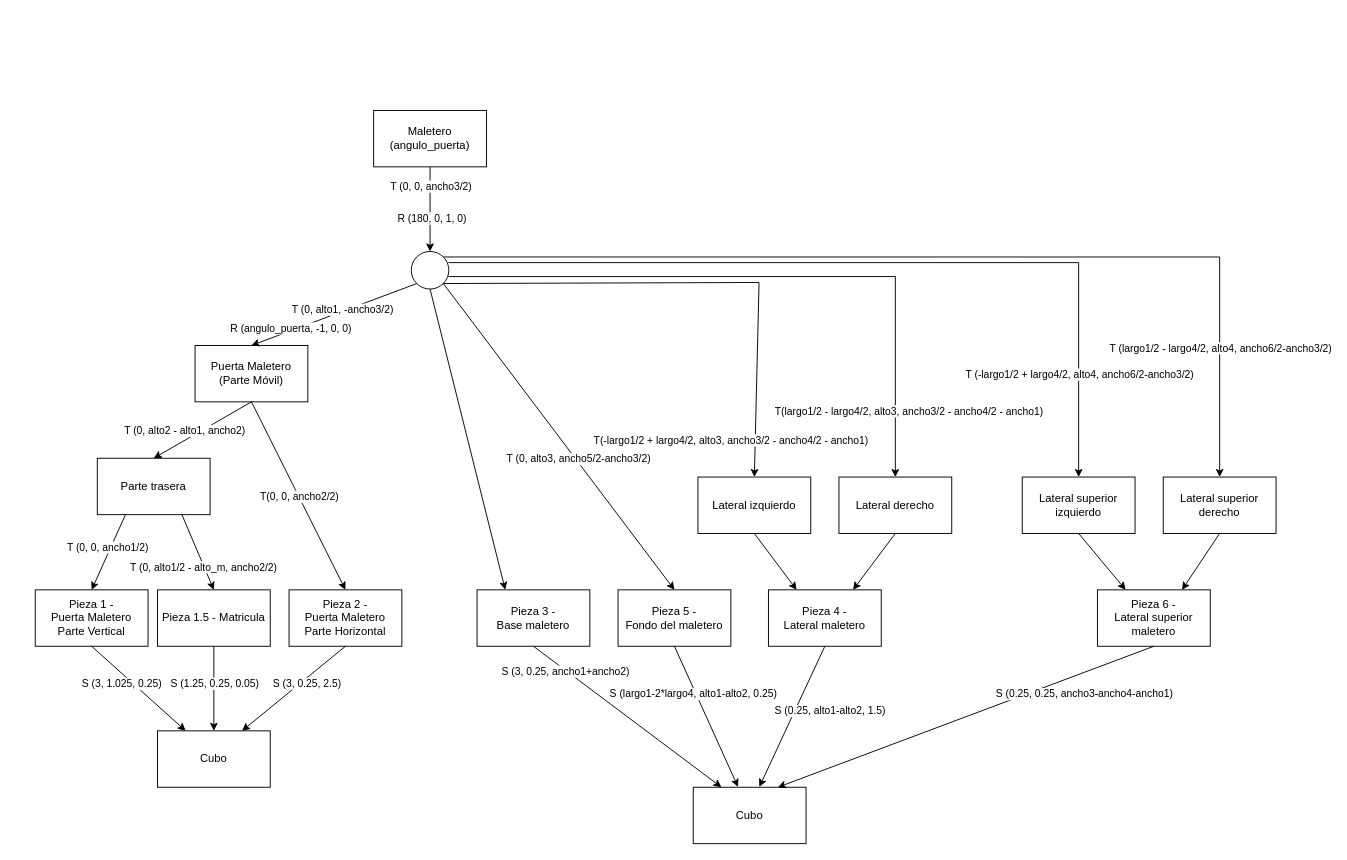
jorgelerre/descapotable keeps this draw.io diagram as page "Maletero" (13 of 20) of grafo_escena.drawio. Above is the earlier version. Source tidied: cells renumbered, new cells numbered last; positions are measured from the earlier drawing's top-left corner, leaving out a move shared by most shapes. Both pictures are drawn from the tidied source at 94%, with x=0, y=0 at pixel (35, 110).
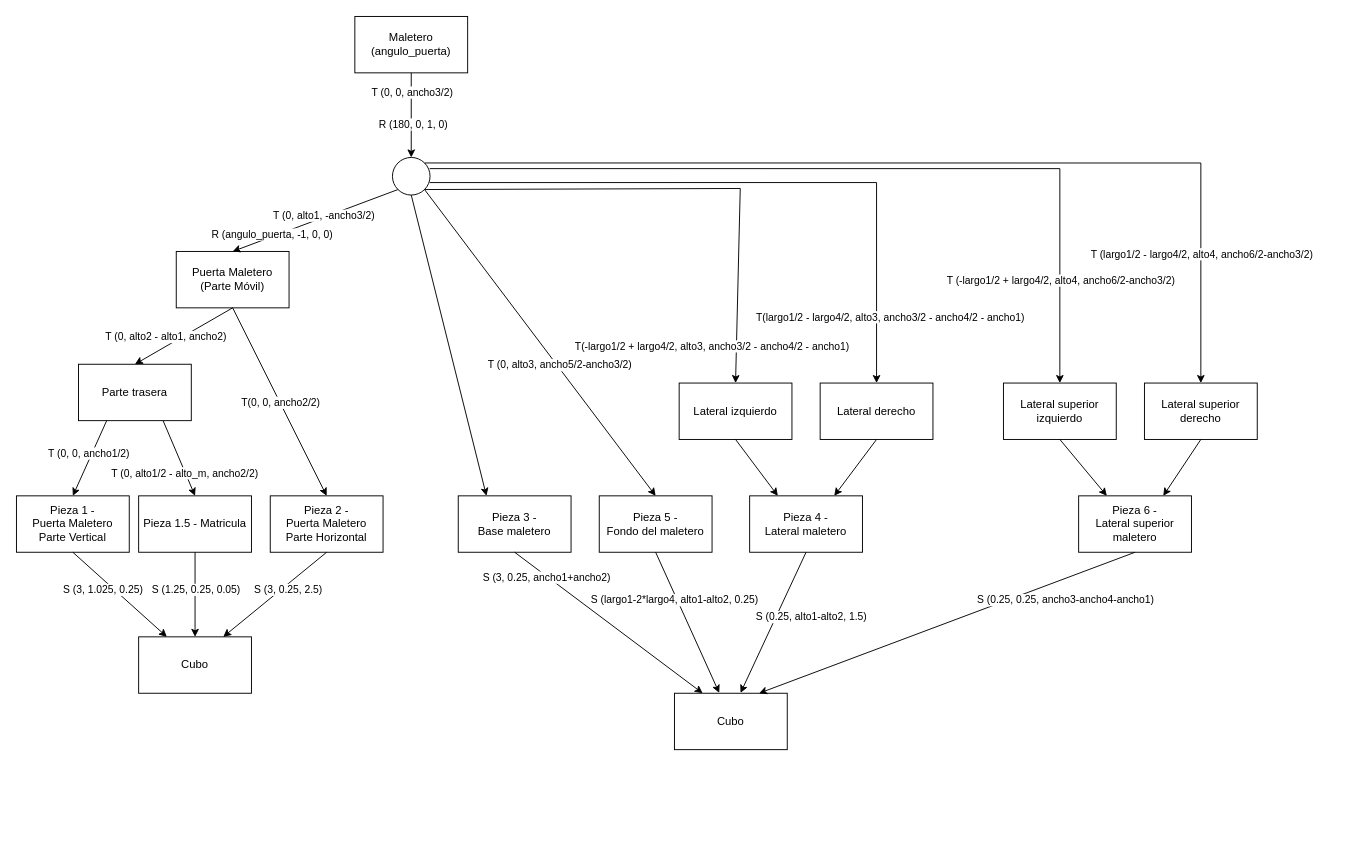
After the change.

The edit, as a diff of the source:
```diff
@@
+    <mxCell id="62" style="group;" parent="1" vertex="1">
+      <mxGeometry x="-20" y="-100" width="1320" height="780" as="geometry" />
+    </mxCell>
-    <mxCell id="2" value="Maletero (angulo_puerta)" style="rounded=0;whiteSpace=wrap;html=1;strokeColor=default;fillColor=default;" parent="1" vertex="1">
+    <mxCell id="2" value="Maletero (angulo_puerta)" style="rounded=0;whiteSpace=wrap;html=1;strokeColor=default;fillColor=default;" parent="62" vertex="1">
       <mxGeometry x="360" width="120" height="60" as="geometry" />
     </mxCell>
-    <mxCell id="3" value="Pieza 1 -&lt;br&gt;Puerta Maletero&lt;br&gt;Parte Vertical" style="rounded=0;whiteSpace=wrap;html=1;strokeColor=default;fillColor=default;" parent="1" vertex="1">
+    <mxCell id="3" value="Pieza 1 -&lt;br&gt;Puerta Maletero&lt;br&gt;Parte Vertical" style="rounded=0;whiteSpace=wrap;html=1;strokeColor=default;fillColor=default;" parent="62" vertex="1">
       <mxGeometry y="510" width="120" height="60" as="geometry" />
     </mxCell>
-    <mxCell id="4" value="Pieza 2 -&lt;br&gt;Puerta Maletero&lt;br&gt;Parte Horizontal" style="rounded=0;whiteSpace=wrap;html=1;strokeColor=default;fillColor=default;" parent="1" vertex="1">
+    <mxCell id="4" value="Pieza 2 -&lt;br&gt;Puerta Maletero&lt;br&gt;Parte Horizontal" style="rounded=0;whiteSpace=wrap;html=1;strokeColor=default;fillColor=default;" parent="62" vertex="1">
       <mxGeometry x="270" y="510" width="120" height="60" as="geometry" />
     </mxCell>
-    <mxCell id="5" value="Cubo" style="rounded=0;whiteSpace=wrap;html=1;strokeColor=default;fillColor=default;" parent="1" vertex="1">
+    <mxCell id="5" value="Cubo" style="rounded=0;whiteSpace=wrap;html=1;strokeColor=default;fillColor=default;" parent="62" vertex="1">
       <mxGeometry x="130" y="660" width="120" height="60" as="geometry" />
     </mxCell>
-    <mxCell id="6" style="endArrow=classic;html=1;rounded=0;exitX=0.5;exitY=1;exitDx=0;exitDy=0;entryX=0.25;entryY=0;entryDx=0;entryDy=0;" parent="1" edge="1" source="3" target="5">
+    <mxCell id="6" style="endArrow=classic;html=1;rounded=0;exitX=0.5;exitY=1;exitDx=0;exitDy=0;entryX=0.25;entryY=0;entryDx=0;entryDy=0;" parent="62" edge="1" source="3" target="5">
       <mxGeometry relative="1" as="geometry" />
     </mxCell>
@@
-    <mxCell id="8" value="Pieza 1.5 - Matricula" style="rounded=0;whiteSpace=wrap;html=1;strokeColor=default;fillColor=default;" parent="1" vertex="1">
+    <mxCell id="8" value="Pieza 1.5 - Matricula" style="rounded=0;whiteSpace=wrap;html=1;strokeColor=default;fillColor=default;" parent="62" vertex="1">
       <mxGeometry x="130" y="510" width="120" height="60" as="geometry" />
     </mxCell>
-    <mxCell id="9" style="endArrow=classic;html=1;rounded=0;exitX=0.5;exitY=1;exitDx=0;exitDy=0;entryX=0.5;entryY=0;entryDx=0;entryDy=0;" parent="1" edge="1" source="8" target="5">
+    <mxCell id="9" style="endArrow=classic;html=1;rounded=0;exitX=0.5;exitY=1;exitDx=0;exitDy=0;entryX=0.5;entryY=0;entryDx=0;entryDy=0;" parent="62" edge="1" source="8" target="5">
       <mxGeometry relative="1" as="geometry" />
     </mxCell>
@@
-    <mxCell id="11" style="endArrow=classic;html=1;rounded=0;exitX=0.5;exitY=1;exitDx=0;exitDy=0;entryX=0.75;entryY=0;entryDx=0;entryDy=0;" parent="1" edge="1" source="4" target="5">
+    <mxCell id="11" style="endArrow=classic;html=1;rounded=0;exitX=0.5;exitY=1;exitDx=0;exitDy=0;entryX=0.75;entryY=0;entryDx=0;entryDy=0;" parent="62" edge="1" source="4" target="5">
       <mxGeometry relative="1" as="geometry" />
     </mxCell>
@@
-    <mxCell id="13" value="Parte trasera" style="rounded=0;whiteSpace=wrap;html=1;strokeColor=default;fillColor=default;" parent="1" vertex="1">
+    <mxCell id="13" value="Parte trasera" style="rounded=0;whiteSpace=wrap;html=1;strokeColor=default;fillColor=default;" parent="62" vertex="1">
       <mxGeometry x="66" y="370" width="120" height="60" as="geometry" />
     </mxCell>
-    <mxCell id="14" style="endArrow=classic;html=1;rounded=0;exitX=0.25;exitY=1;exitDx=0;exitDy=0;entryX=0.5;entryY=0;entryDx=0;entryDy=0;" parent="1" edge="1" source="13" target="3">
+    <mxCell id="14" style="endArrow=classic;html=1;rounded=0;exitX=0.25;exitY=1;exitDx=0;exitDy=0;entryX=0.5;entryY=0;entryDx=0;entryDy=0;" parent="62" edge="1" source="13" target="3">
       <mxGeometry relative="1" as="geometry" />
     </mxCell>
@@
-    <mxCell id="16" style="endArrow=classic;html=1;rounded=0;exitX=0.75;exitY=1;exitDx=0;exitDy=0;entryX=0.5;entryY=0;entryDx=0;entryDy=0;" parent="1" edge="1" source="13" target="8">
+    <mxCell id="16" style="endArrow=classic;html=1;rounded=0;exitX=0.75;exitY=1;exitDx=0;exitDy=0;entryX=0.5;entryY=0;entryDx=0;entryDy=0;" parent="62" edge="1" source="13" target="8">
       <mxGeometry relative="1" as="geometry" />
     </mxCell>
@@
-    <mxCell id="18" value="Puerta Maletero&lt;br&gt;(Parte Móvil)" style="rounded=0;whiteSpace=wrap;html=1;strokeColor=default;fillColor=default;" parent="1" vertex="1">
+    <mxCell id="18" value="Puerta Maletero&lt;br&gt;(Parte Móvil)" style="rounded=0;whiteSpace=wrap;html=1;strokeColor=default;fillColor=default;" parent="62" vertex="1">
       <mxGeometry x="170" y="250" width="120" height="60" as="geometry" />
     </mxCell>
-    <mxCell id="19" style="endArrow=classic;html=1;rounded=0;exitX=0.5;exitY=1;exitDx=0;exitDy=0;entryX=0.5;entryY=0;entryDx=0;entryDy=0;" parent="1" edge="1" source="18" target="13">
+    <mxCell id="19" style="endArrow=classic;html=1;rounded=0;exitX=0.5;exitY=1;exitDx=0;exitDy=0;entryX=0.5;entryY=0;entryDx=0;entryDy=0;" parent="62" edge="1" source="18" target="13">
       <mxGeometry relative="1" as="geometry" />
     </mxCell>
@@
-    <mxCell id="21" style="endArrow=classic;html=1;rounded=0;exitX=0.5;exitY=1;exitDx=0;exitDy=0;entryX=0.5;entryY=0;entryDx=0;entryDy=0;" parent="1" edge="1" source="18" target="4">
+    <mxCell id="21" style="endArrow=classic;html=1;rounded=0;exitX=0.5;exitY=1;exitDx=0;exitDy=0;entryX=0.5;entryY=0;entryDx=0;entryDy=0;" parent="62" edge="1" source="18" target="4">
       <mxGeometry relative="1" as="geometry" />
     </mxCell>
@@
-    <mxCell id="23" style="endArrow=classic;html=1;rounded=0;entryX=0.5;entryY=0;entryDx=0;entryDy=0;exitX=0;exitY=1;exitDx=0;exitDy=0;" parent="1" edge="1" source="45" target="18">
+    <mxCell id="23" style="endArrow=classic;html=1;rounded=0;entryX=0.5;entryY=0;entryDx=0;entryDy=0;exitX=0;exitY=1;exitDx=0;exitDy=0;" parent="62" edge="1" source="45" target="18">
       <mxGeometry relative="1" as="geometry" />
     </mxCell>
@@
-    <mxCell id="26" value="Pieza 3 -&lt;br&gt;Base maletero" style="rounded=0;whiteSpace=wrap;html=1;strokeColor=default;fillColor=default;" parent="1" vertex="1">
+    <mxCell id="26" value="Pieza 3 -&lt;br&gt;Base maletero" style="rounded=0;whiteSpace=wrap;html=1;strokeColor=default;fillColor=default;" parent="62" vertex="1">
       <mxGeometry x="470" y="510" width="120" height="60" as="geometry" />
     </mxCell>
-    <mxCell id="27" value="Cubo" style="rounded=0;whiteSpace=wrap;html=1;strokeColor=default;fillColor=default;" parent="1" vertex="1">
+    <mxCell id="27" value="Cubo" style="rounded=0;whiteSpace=wrap;html=1;strokeColor=default;fillColor=default;" parent="62" vertex="1">
       <mxGeometry x="700" y="720" width="120" height="60" as="geometry" />
     </mxCell>
-    <mxCell id="28" style="endArrow=classic;html=1;rounded=0;exitX=0.5;exitY=1;exitDx=0;exitDy=0;entryX=0.25;entryY=0;entryDx=0;entryDy=0;" parent="1" edge="1" source="26" target="27">
+    <mxCell id="28" style="endArrow=classic;html=1;rounded=0;exitX=0.5;exitY=1;exitDx=0;exitDy=0;entryX=0.25;entryY=0;entryDx=0;entryDy=0;" parent="62" edge="1" source="26" target="27">
       <mxGeometry relative="1" as="geometry" />
     </mxCell>
@@
-    <mxCell id="30" value="Pieza 4 -&lt;br&gt;Lateral maletero" style="rounded=0;whiteSpace=wrap;html=1;strokeColor=default;fillColor=default;" parent="1" vertex="1">
+    <mxCell id="30" value="Pieza 4 -&lt;br&gt;Lateral maletero" style="rounded=0;whiteSpace=wrap;html=1;strokeColor=default;fillColor=default;" parent="62" vertex="1">
       <mxGeometry x="780" y="510" width="120" height="60" as="geometry" />
     </mxCell>
-    <mxCell id="31" value="Pieza 5 -&lt;br&gt;Fondo del maletero" style="rounded=0;whiteSpace=wrap;html=1;strokeColor=default;fillColor=default;" parent="1" vertex="1">
+    <mxCell id="31" value="Pieza 5 -&lt;br&gt;Fondo del maletero" style="rounded=0;whiteSpace=wrap;html=1;strokeColor=default;fillColor=default;" parent="62" vertex="1">
       <mxGeometry x="620" y="510" width="120" height="60" as="geometry" />
     </mxCell>
-    <mxCell id="32" value="Pieza 6 -&lt;br&gt;Lateral superior maletero" style="rounded=0;whiteSpace=wrap;html=1;strokeColor=default;fillColor=default;" parent="1" vertex="1">
+    <mxCell id="32" value="Pieza 6 -&lt;br&gt;Lateral superior maletero" style="rounded=0;whiteSpace=wrap;html=1;strokeColor=default;fillColor=default;" parent="62" vertex="1">
       <mxGeometry x="1130" y="510" width="120" height="60" as="geometry" />
     </mxCell>
-    <mxCell id="33" style="endArrow=classic;html=1;rounded=0;exitX=0.5;exitY=1;exitDx=0;exitDy=0;entryX=0.586;entryY=-0.006;entryDx=0;entryDy=0;entryPerimeter=0;" parent="1" edge="1" source="30" target="27">
+    <mxCell id="33" style="endArrow=classic;html=1;rounded=0;exitX=0.5;exitY=1;exitDx=0;exitDy=0;entryX=0.586;entryY=-0.006;entryDx=0;entryDy=0;entryPerimeter=0;" parent="62" edge="1" source="30" target="27">
       <mxGeometry relative="1" as="geometry" />
     </mxCell>
@@
-    <mxCell id="35" style="endArrow=classic;html=1;rounded=0;exitX=0.5;exitY=1;exitDx=0;exitDy=0;entryX=0.397;entryY=-0.006;entryDx=0;entryDy=0;entryPerimeter=0;" parent="1" edge="1" source="31" target="27">
+    <mxCell id="35" style="endArrow=classic;html=1;rounded=0;exitX=0.5;exitY=1;exitDx=0;exitDy=0;entryX=0.397;entryY=-0.006;entryDx=0;entryDy=0;entryPerimeter=0;" parent="62" edge="1" source="31" target="27">
       <mxGeometry relative="1" as="geometry" />
     </mxCell>
@@
-    <mxCell id="37" style="endArrow=classic;html=1;rounded=0;entryX=0.75;entryY=0;entryDx=0;entryDy=0;exitX=0.5;exitY=1;exitDx=0;exitDy=0;" parent="1" edge="1" source="32" target="27">
+    <mxCell id="37" style="endArrow=classic;html=1;rounded=0;entryX=0.75;entryY=0;entryDx=0;entryDy=0;exitX=0.5;exitY=1;exitDx=0;exitDy=0;" parent="62" edge="1" source="32" target="27">
       <mxGeometry relative="1" as="geometry" />
     </mxCell>
@@
-    <mxCell id="39" style="edgeStyle=orthogonalEdgeStyle;rounded=0;jettySize=auto;html=1;entryX=0.5;entryY=0;entryDx=0;entryDy=0;exitX=0.99;exitY=0.668;exitDx=0;exitDy=0;exitPerimeter=0;" parent="1" edge="1" source="45" target="50">
-      <mxGeometry relative="1" as="geometry" />
-    </mxCell>
-    <mxCell id="40" value="T(largo1/2 - largo4/2, alto3, ancho3/2 - ancho4/2 - ancho1)&amp;nbsp;" style="edgeLabel;html=1;align=center;verticalAlign=middle;" parent="39" vertex="1">
-      <mxGeometry x="0.44" y="-2" relative="1" as="geometry">
-        <mxPoint x="17" y="122" as="offset" />
-      </mxGeometry>
-    </mxCell>
-    <mxCell id="41" style="edgeStyle=orthogonalEdgeStyle;rounded=0;jettySize=auto;html=1;entryX=0.5;entryY=0;entryDx=0;entryDy=0;exitX=0.99;exitY=0.297;exitDx=0;exitDy=0;exitPerimeter=0;" parent="1" edge="1" source="45" target="59">
-      <mxGeometry relative="1" as="geometry" />
-    </mxCell>
-    <mxCell id="42" value="T (-largo1/2 + largo4/2, alto4, ancho6/2-ancho3/2)" style="edgeLabel;html=1;align=center;verticalAlign=middle;" parent="41" vertex="1">
-      <mxGeometry x="0.81" y="-1" relative="1" as="geometry">
-        <mxPoint x="1" y="-24" as="offset" />
-      </mxGeometry>
-    </mxCell>
-    <mxCell id="43" style="edgeStyle=orthogonalEdgeStyle;rounded=0;jettySize=auto;html=1;exitX=1;exitY=0;exitDx=0;exitDy=0;entryX=0.5;entryY=0;entryDx=0;entryDy=0;" parent="1" edge="1" source="45" target="58">
-      <mxGeometry relative="1" as="geometry" />
-    </mxCell>
-    <mxCell id="44" value="T (largo1/2 - largo4/2, alto4, ancho6/2-ancho3/2)" style="edgeLabel;html=1;align=center;verticalAlign=middle;" parent="43" vertex="1">
-      <mxGeometry x="0.67" y="-2" relative="1" as="geometry">
-        <mxPoint x="2" y="37" as="offset" />
-      </mxGeometry>
-    </mxCell>
-    <mxCell id="45" style="ellipse;whiteSpace=wrap;html=1;strokeColor=default;fillColor=default;" parent="1" vertex="1">
+    <mxCell id="45" style="ellipse;whiteSpace=wrap;html=1;strokeColor=default;fillColor=default;" parent="62" vertex="1">
       <mxGeometry x="400" y="150" width="40" height="40" as="geometry" />
     </mxCell>
-    <mxCell id="46" style="endArrow=classic;html=1;rounded=0;exitX=0.5;exitY=1;exitDx=0;exitDy=0;entryX=0.5;entryY=0;entryDx=0;entryDy=0;" parent="1" edge="1" source="2" target="45">
+    <mxCell id="46" style="endArrow=classic;html=1;rounded=0;exitX=0.5;exitY=1;exitDx=0;exitDy=0;entryX=0.5;entryY=0;entryDx=0;entryDy=0;" parent="62" edge="1" source="2" target="45">
       <mxGeometry relative="1" as="geometry" />
     </mxCell>
@@
-    <mxCell id="49" style="endArrow=classic;html=1;rounded=0;exitX=0.5;exitY=1;exitDx=0;exitDy=0;entryX=0.25;entryY=0;entryDx=0;entryDy=0;" parent="1" edge="1" source="45" target="26">
+    <mxCell id="49" style="endArrow=classic;html=1;rounded=0;exitX=0.5;exitY=1;exitDx=0;exitDy=0;entryX=0.25;entryY=0;entryDx=0;entryDy=0;" parent="62" edge="1" source="45" target="26">
       <mxGeometry relative="1" as="geometry" />
     </mxCell>
-    <mxCell id="50" value="Lateral derecho" style="rounded=0;whiteSpace=wrap;html=1;strokeColor=default;fillColor=default;" parent="1" vertex="1">
+    <mxCell id="50" value="Lateral derecho" style="rounded=0;whiteSpace=wrap;html=1;strokeColor=default;fillColor=default;" parent="62" vertex="1">
       <mxGeometry x="855" y="390" width="120" height="60" as="geometry" />
     </mxCell>
-    <mxCell id="51" value="Lateral izquierdo" style="rounded=0;whiteSpace=wrap;html=1;strokeColor=default;fillColor=default;" parent="1" vertex="1">
+    <mxCell id="51" value="Lateral izquierdo" style="rounded=0;whiteSpace=wrap;html=1;strokeColor=default;fillColor=default;" parent="62" vertex="1">
       <mxGeometry x="705" y="390" width="120" height="60" as="geometry" />
     </mxCell>
-    <mxCell id="52" style="endArrow=classic;html=1;rounded=0;exitX=0.5;exitY=1;exitDx=0;exitDy=0;entryX=0.25;entryY=0;entryDx=0;entryDy=0;" parent="1" edge="1" source="51" target="30">
+    <mxCell id="52" style="endArrow=classic;html=1;rounded=0;exitX=0.5;exitY=1;exitDx=0;exitDy=0;entryX=0.25;entryY=0;entryDx=0;entryDy=0;" parent="62" edge="1" source="51" target="30">
       <mxGeometry relative="1" as="geometry" />
     </mxCell>
+    <mxCell id="39" style="edgeStyle=orthogonalEdgeStyle;rounded=0;jettySize=auto;html=1;entryX=0.5;entryY=0;entryDx=0;entryDy=0;exitX=0.99;exitY=0.668;exitDx=0;exitDy=0;exitPerimeter=0;" parent="62" edge="1" source="45" target="50">
+      <mxGeometry relative="1" as="geometry" />
+    </mxCell>
+    <mxCell id="40" value="T(largo1/2 - largo4/2, alto3, ancho3/2 - ancho4/2 - ancho1)&amp;nbsp;" style="edgeLabel;html=1;align=center;verticalAlign=middle;" parent="39" vertex="1">
+      <mxGeometry x="0.44" y="-2" relative="1" as="geometry">
+        <mxPoint x="17" y="122" as="offset" />
+      </mxGeometry>
+    </mxCell>
-    <mxCell id="53" style="endArrow=classic;html=1;rounded=0;entryX=0.75;entryY=0;entryDx=0;entryDy=0;exitX=0.5;exitY=1;exitDx=0;exitDy=0;" parent="1" edge="1" source="50" target="30">
+    <mxCell id="53" style="endArrow=classic;html=1;rounded=0;entryX=0.75;entryY=0;entryDx=0;entryDy=0;exitX=0.5;exitY=1;exitDx=0;exitDy=0;" parent="62" edge="1" source="50" target="30">
       <mxGeometry relative="1" as="geometry" />
     </mxCell>
-    <mxCell id="54" style="endArrow=classic;html=1;rounded=0;exitX=1;exitY=1;exitDx=0;exitDy=0;entryX=0.5;entryY=0;entryDx=0;entryDy=0;" parent="1" edge="1" source="45" target="51">
+    <mxCell id="54" style="endArrow=classic;html=1;rounded=0;exitX=1;exitY=1;exitDx=0;exitDy=0;entryX=0.5;entryY=0;entryDx=0;entryDy=0;" parent="62" edge="1" source="45" target="51">
       <mxGeometry relative="1" as="geometry">
         <Array as="points">
           <mxPoint x="770" y="183" />
         </Array>
       </mxGeometry>
     </mxCell>
@@
-    <mxCell id="56" style="endArrow=classic;html=1;rounded=0;exitX=1;exitY=1;exitDx=0;exitDy=0;entryX=0.5;entryY=0;entryDx=0;entryDy=0;" parent="1" edge="1" source="45" target="31">
+    <mxCell id="56" style="endArrow=classic;html=1;rounded=0;exitX=1;exitY=1;exitDx=0;exitDy=0;entryX=0.5;entryY=0;entryDx=0;entryDy=0;" parent="62" edge="1" source="45" target="31">
       <mxGeometry relative="1" as="geometry" />
     </mxCell>
@@
-    <mxCell id="58" value="Lateral superior derecho" style="rounded=0;whiteSpace=wrap;html=1;strokeColor=default;fillColor=default;" parent="1" vertex="1">
+    <mxCell id="58" value="Lateral superior derecho" style="rounded=0;whiteSpace=wrap;html=1;strokeColor=default;fillColor=default;" parent="62" vertex="1">
       <mxGeometry x="1200" y="390" width="120" height="60" as="geometry" />
     </mxCell>
-    <mxCell id="59" value="Lateral superior izquierdo" style="rounded=0;whiteSpace=wrap;html=1;strokeColor=default;fillColor=default;" parent="1" vertex="1">
+    <mxCell id="59" value="Lateral superior izquierdo" style="rounded=0;whiteSpace=wrap;html=1;strokeColor=default;fillColor=default;" parent="62" vertex="1">
       <mxGeometry x="1050" y="390" width="120" height="60" as="geometry" />
     </mxCell>
-    <mxCell id="60" style="endArrow=classic;html=1;rounded=0;entryX=0.25;entryY=0;entryDx=0;entryDy=0;exitX=0.5;exitY=1;exitDx=0;exitDy=0;" parent="1" edge="1" source="59" target="32">
+    <mxCell id="60" style="endArrow=classic;html=1;rounded=0;entryX=0.25;entryY=0;entryDx=0;entryDy=0;exitX=0.5;exitY=1;exitDx=0;exitDy=0;" parent="62" edge="1" source="59" target="32">
       <mxGeometry relative="1" as="geometry" />
     </mxCell>
+    <mxCell id="43" style="edgeStyle=orthogonalEdgeStyle;rounded=0;jettySize=auto;html=1;exitX=1;exitY=0;exitDx=0;exitDy=0;entryX=0.5;entryY=0;entryDx=0;entryDy=0;" parent="62" edge="1" source="45" target="58">
+      <mxGeometry relative="1" as="geometry" />
+    </mxCell>
+    <mxCell id="44" value="T (largo1/2 - largo4/2, alto4, ancho6/2-ancho3/2)" style="edgeLabel;html=1;align=center;verticalAlign=middle;" parent="43" vertex="1">
+      <mxGeometry x="0.67" y="-2" relative="1" as="geometry">
+        <mxPoint x="2" y="37" as="offset" />
+      </mxGeometry>
+    </mxCell>
-    <mxCell id="61" style="endArrow=classic;html=1;rounded=0;entryX=0.75;entryY=0;entryDx=0;entryDy=0;exitX=0.5;exitY=1;exitDx=0;exitDy=0;" parent="1" edge="1" source="58" target="32">
+    <mxCell id="61" style="endArrow=classic;html=1;rounded=0;entryX=0.75;entryY=0;entryDx=0;entryDy=0;exitX=0.5;exitY=1;exitDx=0;exitDy=0;" parent="62" edge="1" source="58" target="32">
       <mxGeometry relative="1" as="geometry" />
     </mxCell>
+    <mxCell id="41" style="edgeStyle=orthogonalEdgeStyle;rounded=0;jettySize=auto;html=1;entryX=0.5;entryY=0;entryDx=0;entryDy=0;exitX=0.99;exitY=0.297;exitDx=0;exitDy=0;exitPerimeter=0;" parent="62" edge="1" source="45" target="59">
+      <mxGeometry relative="1" as="geometry" />
+    </mxCell>
+    <mxCell id="42" value="T (-largo1/2 + largo4/2, alto4, ancho6/2-ancho3/2)" style="edgeLabel;html=1;align=center;verticalAlign=middle;" parent="41" vertex="1">
+      <mxGeometry x="0.81" y="-1" relative="1" as="geometry">
+        <mxPoint x="1" y="-24" as="offset" />
+      </mxGeometry>
+    </mxCell>
```
